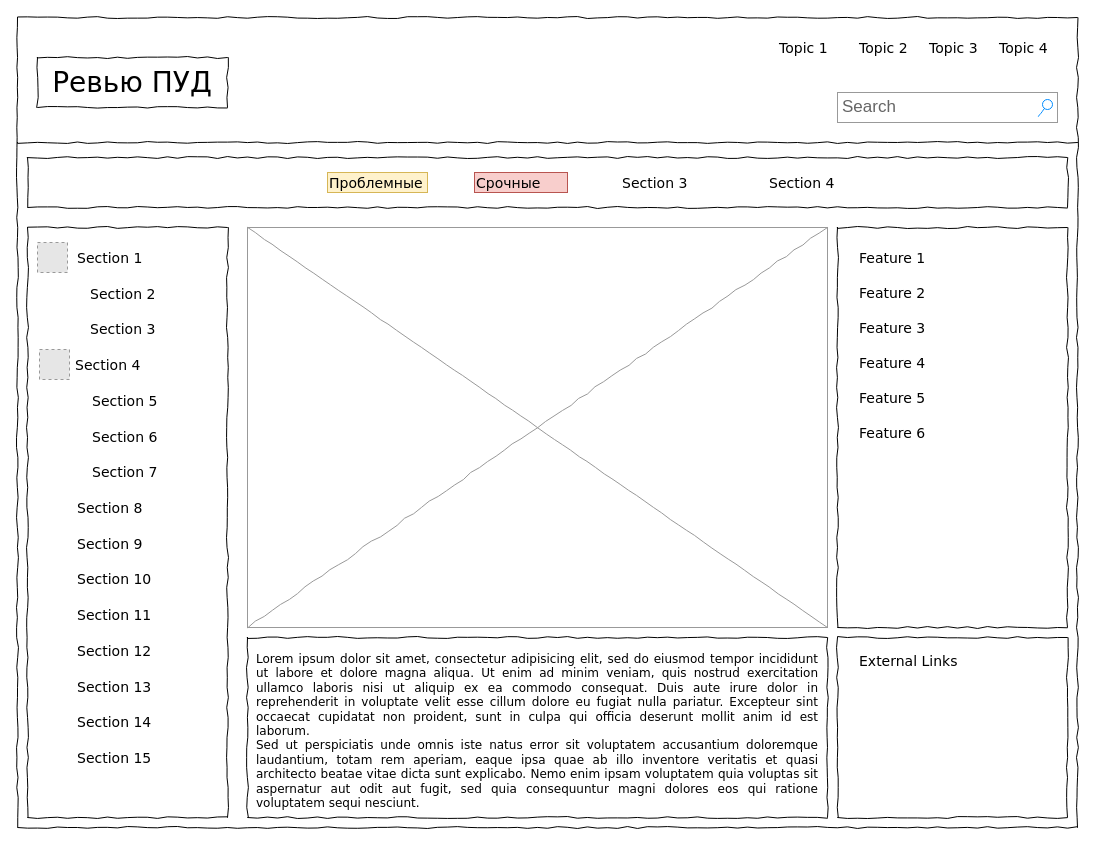
Aendrous/diagrams keeps this draw.io diagram as Dashboard Review PUD Diagram.drawio. Above is the earlier version. Source tidied: cells renumbered, new cells numbered last; positions are measured from the earlier drawing's top-left corner, leaving out a move shared by most shapes. Both pictures are drawn from the tidied source at 100%, with x=0, y=0 at pixel (17, 17). Pictures stored in the file or linked from it are replaced by grey dashed boxes.
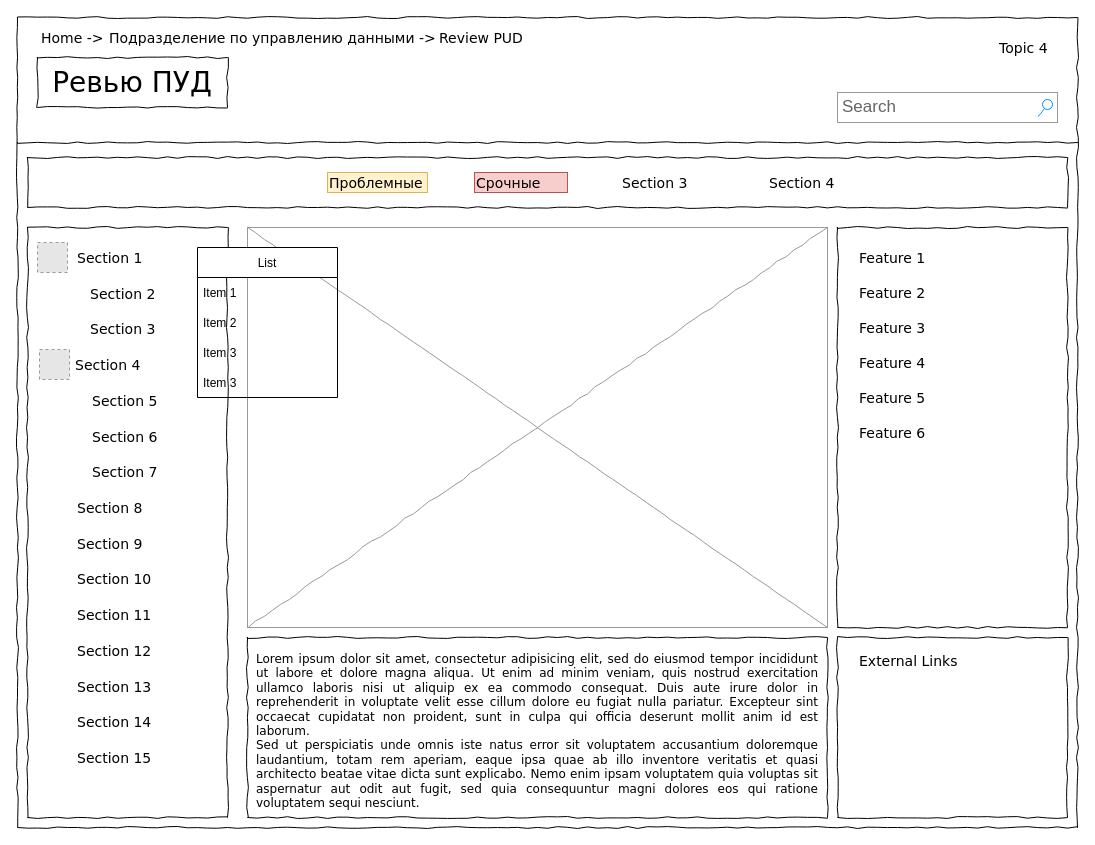
The same page after the edit.

What changed in the source:
```diff
@@
-    <mxCell id="5" value="Topic 1" style="text;html=1;align=left;verticalAlign=top;spacingTop=-4;fontSize=14;fontFamily=Verdana;" parent="1" vertex="1">
-      <mxGeometry x="760" y="20" width="60" height="20" as="geometry" />
+    <mxCell id="5" value="Home -&amp;gt;" style="text;html=1;align=left;verticalAlign=top;spacingTop=-4;fontSize=14;fontFamily=Verdana;" parent="1" vertex="1">
+      <mxGeometry x="22" y="10" width="60" height="20" as="geometry" />
     </mxCell>
-    <mxCell id="6" value="Topic 2" style="text;html=1;align=left;verticalAlign=top;spacingTop=-4;fontSize=14;fontFamily=Verdana;" parent="1" vertex="1">
-      <mxGeometry x="840" y="20" width="60" height="20" as="geometry" />
+    <mxCell id="6" value="Подразделение по управлению данными -&amp;gt;" style="text;html=1;align=left;verticalAlign=top;spacingTop=-4;fontSize=14;fontFamily=Verdana;" parent="1" vertex="1">
+      <mxGeometry x="90" y="10" width="330" height="20" as="geometry" />
     </mxCell>
-    <mxCell id="7" value="Topic 3" style="text;html=1;align=left;verticalAlign=top;spacingTop=-4;fontSize=14;fontFamily=Verdana;" parent="1" vertex="1">
-      <mxGeometry x="910" y="20" width="60" height="20" as="geometry" />
+    <mxCell id="7" value="Review PUD" style="text;html=1;align=left;verticalAlign=top;spacingTop=-4;fontSize=14;fontFamily=Verdana;" parent="1" vertex="1">
+      <mxGeometry x="420" y="10" width="60" height="20" as="geometry" />
     </mxCell>
@@
+    <mxCell id="44" value="List" style="swimlane;fontStyle=0;horizontal=1;startSize=30;" parent="1" vertex="1">
+      <mxGeometry x="180" y="230" width="140" height="150" as="geometry" />
+    </mxCell>
+    <mxCell id="45" value="Item 1" style="text;strokeColor=none;fillColor=none;align=left;verticalAlign=middle;spacingLeft=4;spacingRight=4;overflow=hidden;" parent="44" vertex="1">
+      <mxGeometry y="30" width="140" height="30" as="geometry" />
+    </mxCell>
+    <mxCell id="46" value="Item 2" style="text;strokeColor=none;fillColor=none;align=left;verticalAlign=middle;spacingLeft=4;spacingRight=4;overflow=hidden;" parent="44" vertex="1">
+      <mxGeometry y="60" width="140" height="30" as="geometry" />
+    </mxCell>
+    <mxCell id="47" value="Item 3" style="text;strokeColor=none;fillColor=none;align=left;verticalAlign=middle;spacingLeft=4;spacingRight=4;overflow=hidden;" parent="44" vertex="1">
+      <mxGeometry y="90" width="140" height="30" as="geometry" />
+    </mxCell>
+    <mxCell id="48" value="Item 3" style="text;strokeColor=none;fillColor=none;align=left;verticalAlign=middle;spacingLeft=4;spacingRight=4;overflow=hidden;" parent="44" vertex="1">
+      <mxGeometry y="120" width="140" height="30" as="geometry" />
+    </mxCell>
```
